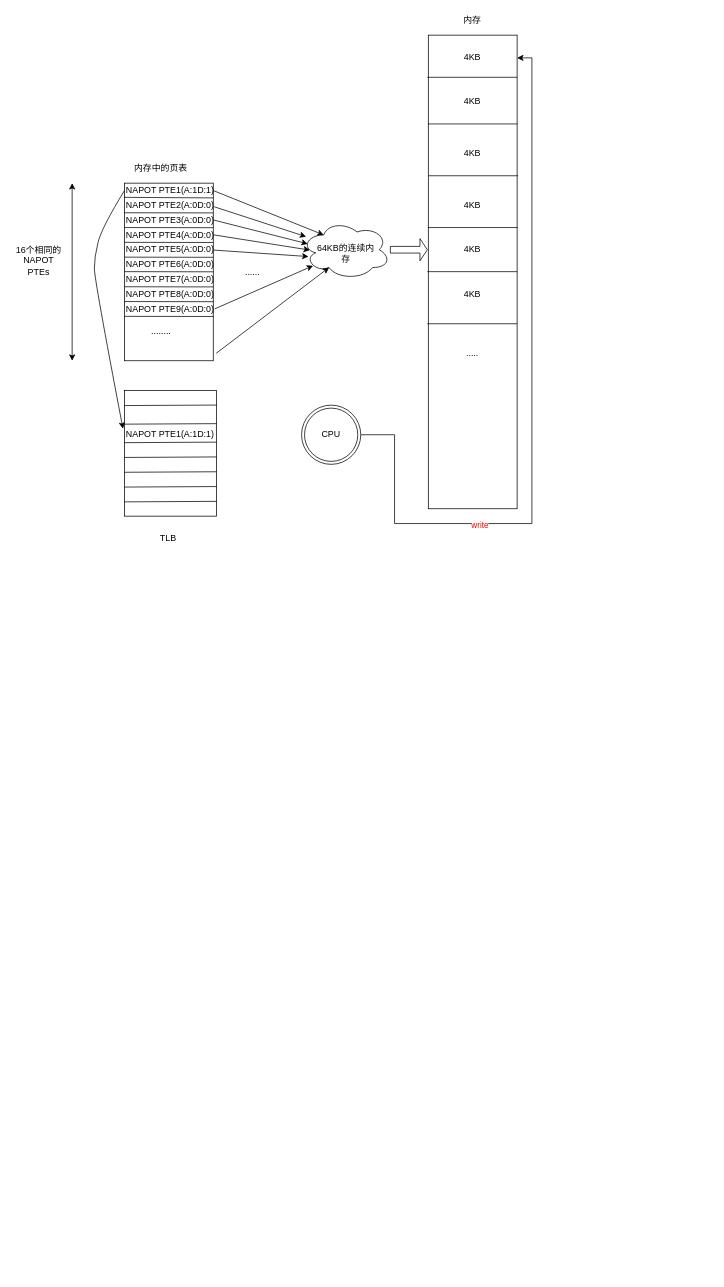
Above: Untitled Diagram.drawio in happy-lx/scala_note (draw.io), before the change. Source tidied: cells renumbered, new cells numbered last; positions are measured from the earlier drawing's top-left corner, leaving out a move shared by most shapes. Both pictures are drawn from the tidied source at 74%, with x=0, y=0 at pixel (13, 13).
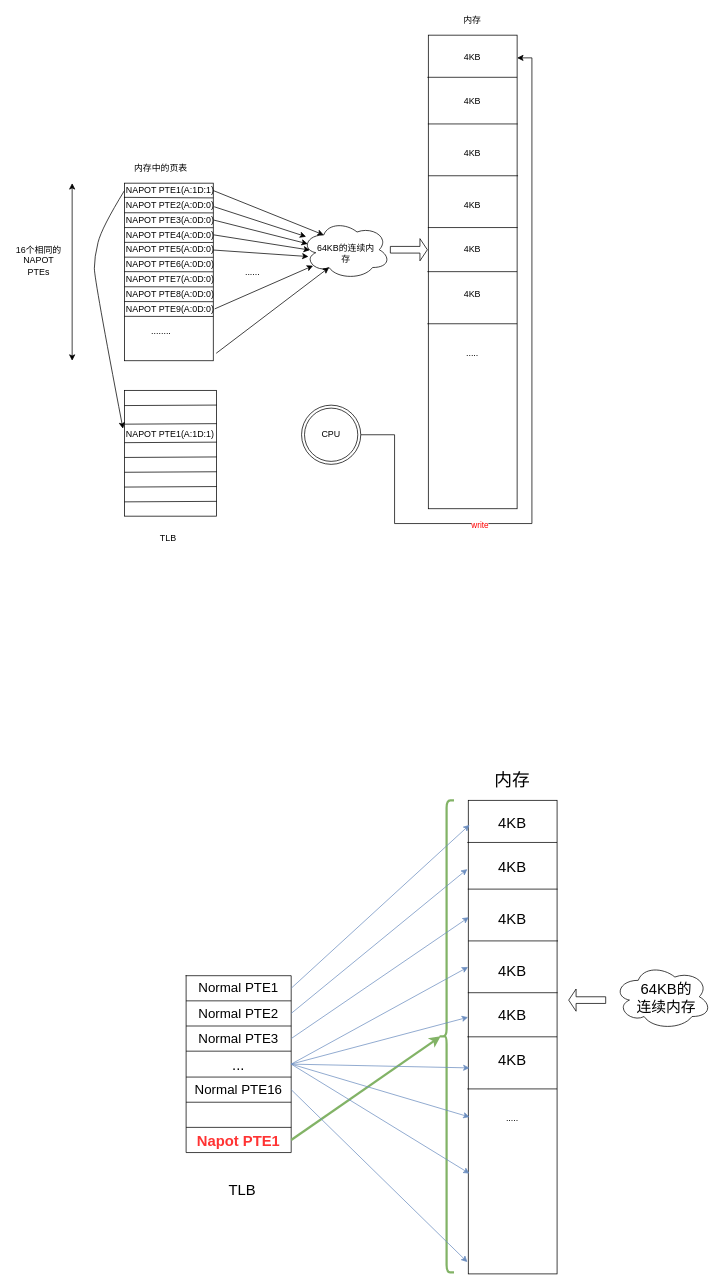
The same page after the edit.

What changed in the source:
```diff
@@
+    <mxCell id="65" style="ellipse;shape=cloud;whiteSpace=wrap;html=1;" parent="1" vertex="1">
+      <mxGeometry x="812" y="1285" width="132" height="89" as="geometry" />
+    </mxCell>
@@
+    <mxCell id="66" style="rounded=0;whiteSpace=wrap;html=1;" parent="1" vertex="1">
+      <mxGeometry x="615.3" y="1064" width="120" height="640" as="geometry" />
+    </mxCell>
+    <mxCell id="67" style="endArrow=none;html=1;entryX=1;entryY=0.089;entryDx=0;entryDy=0;entryPerimeter=0;exitX=-0.011;exitY=0.089;exitDx=0;exitDy=0;exitPerimeter=0;" parent="1" edge="1" source="66" target="66">
+      <mxGeometry relative="1" as="geometry" />
+    </mxCell>
+    <mxCell id="68" style="endArrow=none;html=1;entryX=1;entryY=0.089;entryDx=0;entryDy=0;entryPerimeter=0;exitX=-0.011;exitY=0.089;exitDx=0;exitDy=0;exitPerimeter=0;" parent="1" edge="1">
+      <mxGeometry relative="1" as="geometry">
+        <mxPoint x="614.7" y="1184" as="sourcePoint" />
+        <mxPoint x="736" y="1184" as="targetPoint" />
+      </mxGeometry>
+    </mxCell>
+    <mxCell id="69" style="endArrow=none;html=1;entryX=1;entryY=0.089;entryDx=0;entryDy=0;entryPerimeter=0;exitX=-0.011;exitY=0.089;exitDx=0;exitDy=0;exitPerimeter=0;" parent="1" edge="1">
+      <mxGeometry relative="1" as="geometry">
+        <mxPoint x="615.3" y="1254" as="sourcePoint" />
+        <mxPoint x="736.6" y="1254" as="targetPoint" />
+      </mxGeometry>
+    </mxCell>
+    <mxCell id="70" style="endArrow=none;html=1;entryX=1;entryY=0.089;entryDx=0;entryDy=0;entryPerimeter=0;exitX=-0.011;exitY=0.089;exitDx=0;exitDy=0;exitPerimeter=0;" parent="1" edge="1">
+      <mxGeometry relative="1" as="geometry">
+        <mxPoint x="614.7" y="1324" as="sourcePoint" />
+        <mxPoint x="736" y="1324" as="targetPoint" />
+      </mxGeometry>
+    </mxCell>
+    <mxCell id="71" style="endArrow=none;html=1;entryX=1;entryY=0.089;entryDx=0;entryDy=0;entryPerimeter=0;exitX=-0.011;exitY=0.089;exitDx=0;exitDy=0;exitPerimeter=0;" parent="1" edge="1">
+      <mxGeometry relative="1" as="geometry">
+        <mxPoint x="614" y="1383.6" as="sourcePoint" />
+        <mxPoint x="735.3" y="1383.6" as="targetPoint" />
+      </mxGeometry>
+    </mxCell>
+    <mxCell id="72" style="endArrow=none;html=1;entryX=1;entryY=0.089;entryDx=0;entryDy=0;entryPerimeter=0;exitX=-0.011;exitY=0.089;exitDx=0;exitDy=0;exitPerimeter=0;" parent="1" edge="1">
+      <mxGeometry relative="1" as="geometry">
+        <mxPoint x="614" y="1454" as="sourcePoint" />
+        <mxPoint x="735.3" y="1454" as="targetPoint" />
+      </mxGeometry>
+    </mxCell>
+    <mxCell id="73" value="&lt;font style=&quot;font-size: 20px&quot;&gt;4KB&lt;/font&gt;" style="text;html=1;strokeColor=none;fillColor=none;align=center;verticalAlign=middle;whiteSpace=wrap;rounded=0;" parent="1" vertex="1">
+      <mxGeometry x="655.3" y="1084" width="40" height="20" as="geometry" />
+    </mxCell>
+    <mxCell id="74" value="&lt;font style=&quot;font-size: 20px&quot;&gt;4KB&lt;/font&gt;" style="text;html=1;strokeColor=none;fillColor=none;align=center;verticalAlign=middle;whiteSpace=wrap;rounded=0;" parent="1" vertex="1">
+      <mxGeometry x="655.3" y="1144" width="40" height="20" as="geometry" />
+    </mxCell>
+    <mxCell id="75" value="&lt;font style=&quot;font-size: 20px&quot;&gt;4KB&lt;/font&gt;" style="text;html=1;strokeColor=none;fillColor=none;align=center;verticalAlign=middle;whiteSpace=wrap;rounded=0;" parent="1" vertex="1">
+      <mxGeometry x="655.3" y="1214" width="40" height="20" as="geometry" />
+    </mxCell>
+    <mxCell id="76" value="&lt;font style=&quot;font-size: 20px&quot;&gt;4KB&lt;/font&gt;" style="text;html=1;strokeColor=none;fillColor=none;align=center;verticalAlign=middle;whiteSpace=wrap;rounded=0;" parent="1" vertex="1">
+      <mxGeometry x="655.3" y="1284" width="40" height="20" as="geometry" />
+    </mxCell>
+    <mxCell id="77" value="&lt;font style=&quot;font-size: 20px&quot;&gt;4KB&lt;/font&gt;" style="text;html=1;strokeColor=none;fillColor=none;align=center;verticalAlign=middle;whiteSpace=wrap;rounded=0;" parent="1" vertex="1">
+      <mxGeometry x="655.3" y="1344" width="40" height="20" as="geometry" />
+    </mxCell>
+    <mxCell id="78" value="&lt;font style=&quot;font-size: 20px&quot;&gt;4KB&lt;/font&gt;" style="text;html=1;strokeColor=none;fillColor=none;align=center;verticalAlign=middle;whiteSpace=wrap;rounded=0;" parent="1" vertex="1">
+      <mxGeometry x="655.3" y="1404" width="40" height="20" as="geometry" />
+    </mxCell>
+    <mxCell id="79" value="....." style="text;html=1;strokeColor=none;fillColor=none;align=center;verticalAlign=middle;whiteSpace=wrap;rounded=0;" parent="1" vertex="1">
+      <mxGeometry x="655.3" y="1484" width="40" height="20" as="geometry" />
+    </mxCell>
+    <mxCell id="80" value="&lt;font style=&quot;font-size: 24px&quot;&gt;内存&lt;/font&gt;" style="text;html=1;strokeColor=none;fillColor=none;align=center;verticalAlign=middle;whiteSpace=wrap;rounded=0;" parent="1" vertex="1">
+      <mxGeometry x="635.3" y="1027" width="80" height="20" as="geometry" />
+    </mxCell>
+    <mxCell id="81" value="&lt;font style=&quot;font-size: 20px&quot;&gt;64KB的连续内存&lt;/font&gt;" style="text;html=1;strokeColor=none;fillColor=none;align=center;verticalAlign=middle;whiteSpace=wrap;rounded=0;" parent="1" vertex="1">
+      <mxGeometry x="838" y="1314.5" width="90" height="30" as="geometry" />
+    </mxCell>
+    <mxCell id="82" style="shape=singleArrow;whiteSpace=wrap;html=1;rotation=90;direction=south;" parent="1" vertex="1">
+      <mxGeometry x="761" y="1309" width="30" height="50" as="geometry" />
+    </mxCell>
+    <mxCell id="83" style="shape=table;startSize=0;childLayout=tableLayout;" parent="1" vertex="1">
+      <mxGeometry x="234" y="1301" width="142" height="239" as="geometry" />
+    </mxCell>
+    <mxCell id="84" style="shape=partialRectangle;fillColor=none;top=0;left=0;bottom=0;right=0;points=[[0,0.5],[1,0.5]];portConstraint=eastwest;" parent="83" vertex="1">
+      <mxGeometry width="142" height="34" as="geometry" />
+    </mxCell>
+    <mxCell id="85" value="&lt;font style=&quot;font-size: 18px&quot;&gt;Normal PTE1&lt;/font&gt;" style="shape=partialRectangle;html=1;whiteSpace=wrap;overflow=hidden;fillColor=none;top=0;left=0;bottom=0;right=0;" parent="84" vertex="1">
+      <mxGeometry width="142" height="34" as="geometry" />
+    </mxCell>
+    <mxCell id="86" style="shape=partialRectangle;fillColor=none;top=0;left=0;bottom=0;right=0;points=[[0,0.5],[1,0.5]];portConstraint=eastwest;" parent="83" vertex="1">
+      <mxGeometry y="34" width="142" height="34" as="geometry" />
+    </mxCell>
+    <mxCell id="87" value="&lt;span style=&quot;font-size: 18px&quot;&gt;Normal PTE2&lt;/span&gt;" style="shape=partialRectangle;html=1;whiteSpace=wrap;overflow=hidden;fillColor=none;top=0;left=0;bottom=0;right=0;" parent="86" vertex="1">
+      <mxGeometry width="142" height="34" as="geometry" />
+    </mxCell>
+    <mxCell id="88" style="shape=partialRectangle;fillColor=none;top=0;left=0;bottom=0;right=0;points=[[0,0.5],[1,0.5]];portConstraint=eastwest;" parent="83" vertex="1">
+      <mxGeometry y="68" width="142" height="34" as="geometry" />
+    </mxCell>
+    <mxCell id="89" value="&lt;span style=&quot;font-size: 18px&quot;&gt;Normal PTE3&lt;/span&gt;" style="shape=partialRectangle;html=1;whiteSpace=wrap;overflow=hidden;fillColor=none;top=0;left=0;bottom=0;right=0;" parent="88" vertex="1">
+      <mxGeometry width="142" height="34" as="geometry" />
+    </mxCell>
+    <mxCell id="90" style="shape=partialRectangle;fillColor=none;top=0;left=0;bottom=0;right=0;points=[[0,0.5],[1,0.5]];portConstraint=eastwest;" parent="83" vertex="1">
+      <mxGeometry y="102" width="142" height="35" as="geometry" />
+    </mxCell>
+    <mxCell id="91" value="&lt;font style=&quot;font-size: 20px&quot;&gt;...&lt;/font&gt;" style="shape=partialRectangle;html=1;whiteSpace=wrap;overflow=hidden;fillColor=none;top=0;left=0;bottom=0;right=0;" parent="90" vertex="1">
+      <mxGeometry width="142" height="35" as="geometry" />
+    </mxCell>
+    <mxCell id="92" style="shape=partialRectangle;fillColor=none;top=0;left=0;bottom=0;right=0;points=[[0,0.5],[1,0.5]];portConstraint=eastwest;" parent="83" vertex="1">
+      <mxGeometry y="137" width="142" height="34" as="geometry" />
+    </mxCell>
+    <mxCell id="93" value="&lt;span style=&quot;font-size: 18px&quot;&gt;Normal PTE16&lt;/span&gt;" style="shape=partialRectangle;html=1;whiteSpace=wrap;overflow=hidden;fillColor=none;top=0;left=0;bottom=0;right=0;" parent="92" vertex="1">
+      <mxGeometry width="142" height="34" as="geometry" />
+    </mxCell>
+    <mxCell id="94" style="shape=partialRectangle;fillColor=none;top=0;left=0;bottom=0;right=0;" parent="83" vertex="1">
+      <mxGeometry y="171" width="142" height="34" as="geometry" />
+    </mxCell>
+    <mxCell id="95" style="shape=partialRectangle;html=1;whiteSpace=wrap;overflow=hidden;fillColor=none;top=0;left=0;bottom=0;right=0;" parent="94" vertex="1">
+      <mxGeometry width="142" height="34" as="geometry" />
+    </mxCell>
+    <mxCell id="96" style="shape=partialRectangle;fillColor=none;top=0;left=0;bottom=0;right=0;points=[[0,0.5],[1,0.5]];portConstraint=eastwest;" parent="83" vertex="1">
+      <mxGeometry y="205" width="142" height="34" as="geometry" />
+    </mxCell>
+    <mxCell id="97" value="&lt;font color=&quot;#ff3333&quot; style=&quot;font-size: 20px&quot;&gt;&lt;b&gt;Napot PTE1&lt;/b&gt;&lt;/font&gt;" style="shape=partialRectangle;html=1;whiteSpace=wrap;overflow=hidden;fillColor=none;top=0;left=0;bottom=0;right=0;" parent="96" vertex="1">
+      <mxGeometry width="142" height="34" as="geometry" />
+    </mxCell>
+    <mxCell id="98" value="&lt;font style=&quot;font-size: 20px&quot;&gt;TLB&lt;/font&gt;" style="text;html=1;strokeColor=none;fillColor=none;align=center;verticalAlign=middle;whiteSpace=wrap;rounded=0;" parent="1" vertex="1">
+      <mxGeometry x="274.6" y="1555" width="70" height="70" as="geometry" />
+    </mxCell>
+    <mxCell id="99" style="shape=curlyBracket;whiteSpace=wrap;html=1;rounded=1;fillColor=#d5e8d4;strokeColor=#82b366;strokeWidth=3;" parent="1" vertex="1">
+      <mxGeometry x="576" y="1064" width="20" height="638" as="geometry" />
+    </mxCell>
+    <mxCell id="100" style="endArrow=classic;html=1;exitX=1;exitY=0.5;exitDx=0;exitDy=0;entryX=0.1;entryY=0.5;entryDx=0;entryDy=0;entryPerimeter=0;fillColor=#d5e8d4;strokeColor=#82b366;strokeWidth=3;" parent="1" edge="1" source="96" target="99">
+      <mxGeometry relative="1" as="geometry" />
+    </mxCell>
+    <mxCell id="101" style="endArrow=classic;html=1;exitX=1;exitY=0.5;exitDx=0;exitDy=0;entryX=0.014;entryY=0.052;entryDx=0;entryDy=0;entryPerimeter=0;fillColor=#dae8fc;strokeColor=#6c8ebf;" parent="1" edge="1" source="84" target="66">
+      <mxGeometry relative="1" as="geometry" />
+    </mxCell>
+    <mxCell id="102" style="endArrow=classic;html=1;exitX=1;exitY=0.5;exitDx=0;exitDy=0;fillColor=#dae8fc;strokeColor=#6c8ebf;" parent="1" edge="1" source="86">
+      <mxGeometry relative="1" as="geometry">
+        <mxPoint x="614" y="1157" as="targetPoint" />
+      </mxGeometry>
+    </mxCell>
+    <mxCell id="103" style="endArrow=classic;html=1;exitX=1;exitY=0.5;exitDx=0;exitDy=0;entryX=0.006;entryY=0.247;entryDx=0;entryDy=0;entryPerimeter=0;fillColor=#dae8fc;strokeColor=#6c8ebf;" parent="1" edge="1" source="88" target="66">
+      <mxGeometry relative="1" as="geometry" />
+    </mxCell>
+    <mxCell id="104" style="endArrow=classic;html=1;exitX=1;exitY=0.5;exitDx=0;exitDy=0;entryX=-0.01;entryY=0.975;entryDx=0;entryDy=0;entryPerimeter=0;fillColor=#dae8fc;strokeColor=#6c8ebf;" parent="1" edge="1" source="92" target="66">
+      <mxGeometry relative="1" as="geometry" />
+    </mxCell>
+    <mxCell id="105" style="endArrow=classic;html=1;exitX=1;exitY=0.5;exitDx=0;exitDy=0;entryX=-0.002;entryY=0.352;entryDx=0;entryDy=0;entryPerimeter=0;fillColor=#dae8fc;strokeColor=#6c8ebf;" parent="1" edge="1" source="90" target="66">
+      <mxGeometry relative="1" as="geometry" />
+    </mxCell>
+    <mxCell id="106" style="endArrow=classic;html=1;exitX=1;exitY=0.5;exitDx=0;exitDy=0;entryX=-0.002;entryY=0.458;entryDx=0;entryDy=0;entryPerimeter=0;fillColor=#dae8fc;strokeColor=#6c8ebf;" parent="1" edge="1" source="90" target="66">
+      <mxGeometry relative="1" as="geometry" />
+    </mxCell>
+    <mxCell id="107" style="endArrow=classic;html=1;exitX=1;exitY=0.5;exitDx=0;exitDy=0;entryX=0.014;entryY=0.565;entryDx=0;entryDy=0;entryPerimeter=0;fillColor=#dae8fc;strokeColor=#6c8ebf;" parent="1" edge="1" source="90" target="66">
+      <mxGeometry relative="1" as="geometry" />
+    </mxCell>
+    <mxCell id="108" style="endArrow=classic;html=1;exitX=1;exitY=0.5;exitDx=0;exitDy=0;fillColor=#dae8fc;strokeColor=#6c8ebf;" parent="1" edge="1" source="90">
+      <mxGeometry relative="1" as="geometry">
+        <mxPoint x="617" y="1492" as="targetPoint" />
+      </mxGeometry>
+    </mxCell>
+    <mxCell id="109" style="endArrow=classic;html=1;exitX=1;exitY=0.5;exitDx=0;exitDy=0;fillColor=#dae8fc;strokeColor=#6c8ebf;entryX=0.014;entryY=0.788;entryDx=0;entryDy=0;entryPerimeter=0;" parent="1" edge="1" source="90" target="66">
+      <mxGeometry relative="1" as="geometry" />
+    </mxCell>
```
